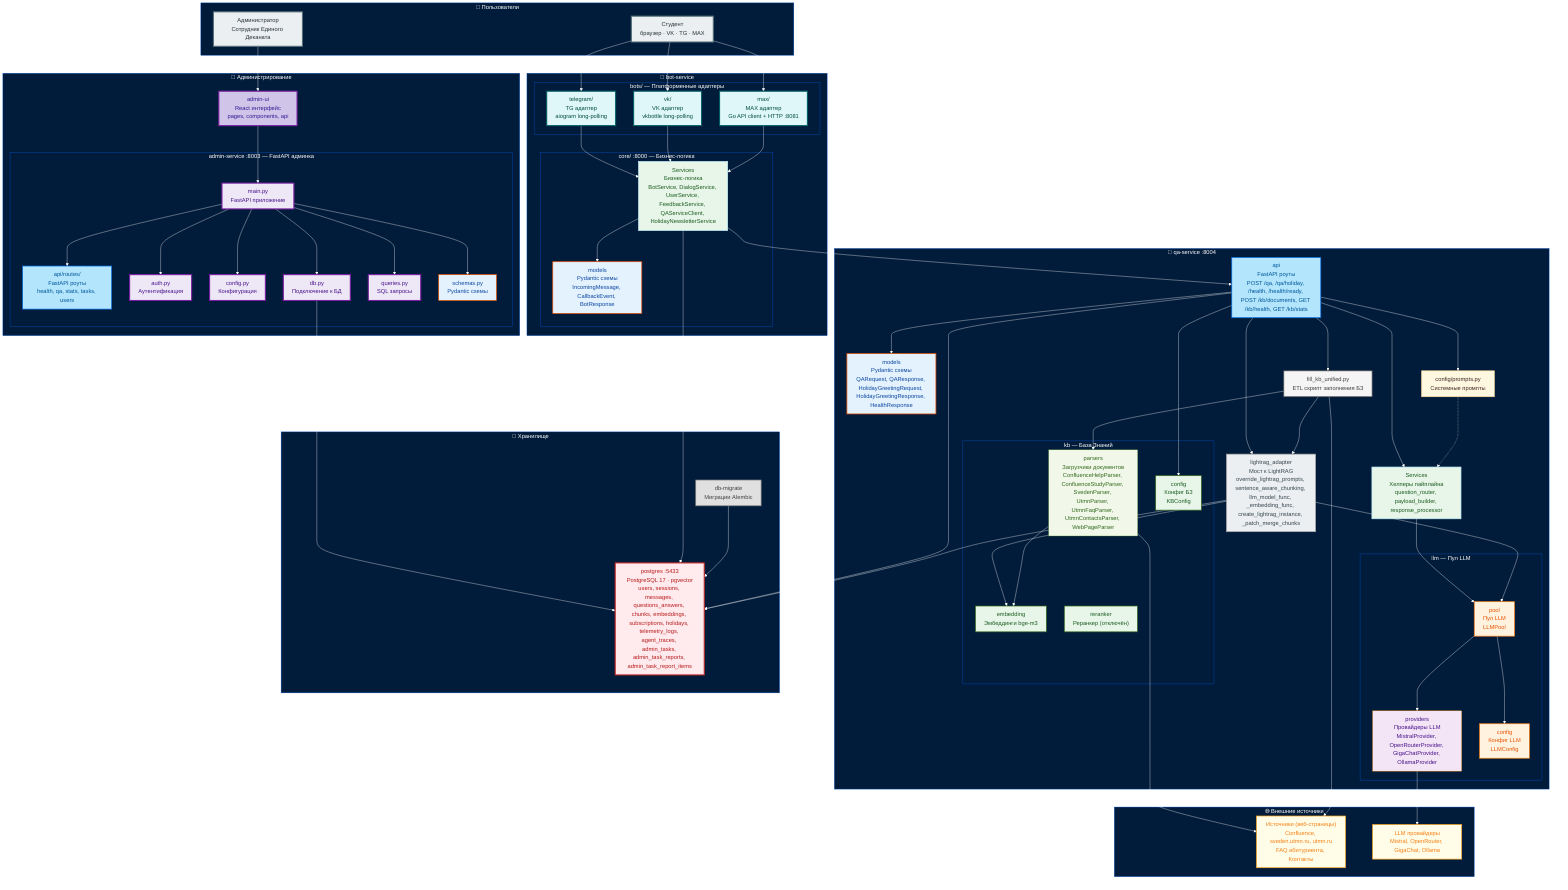
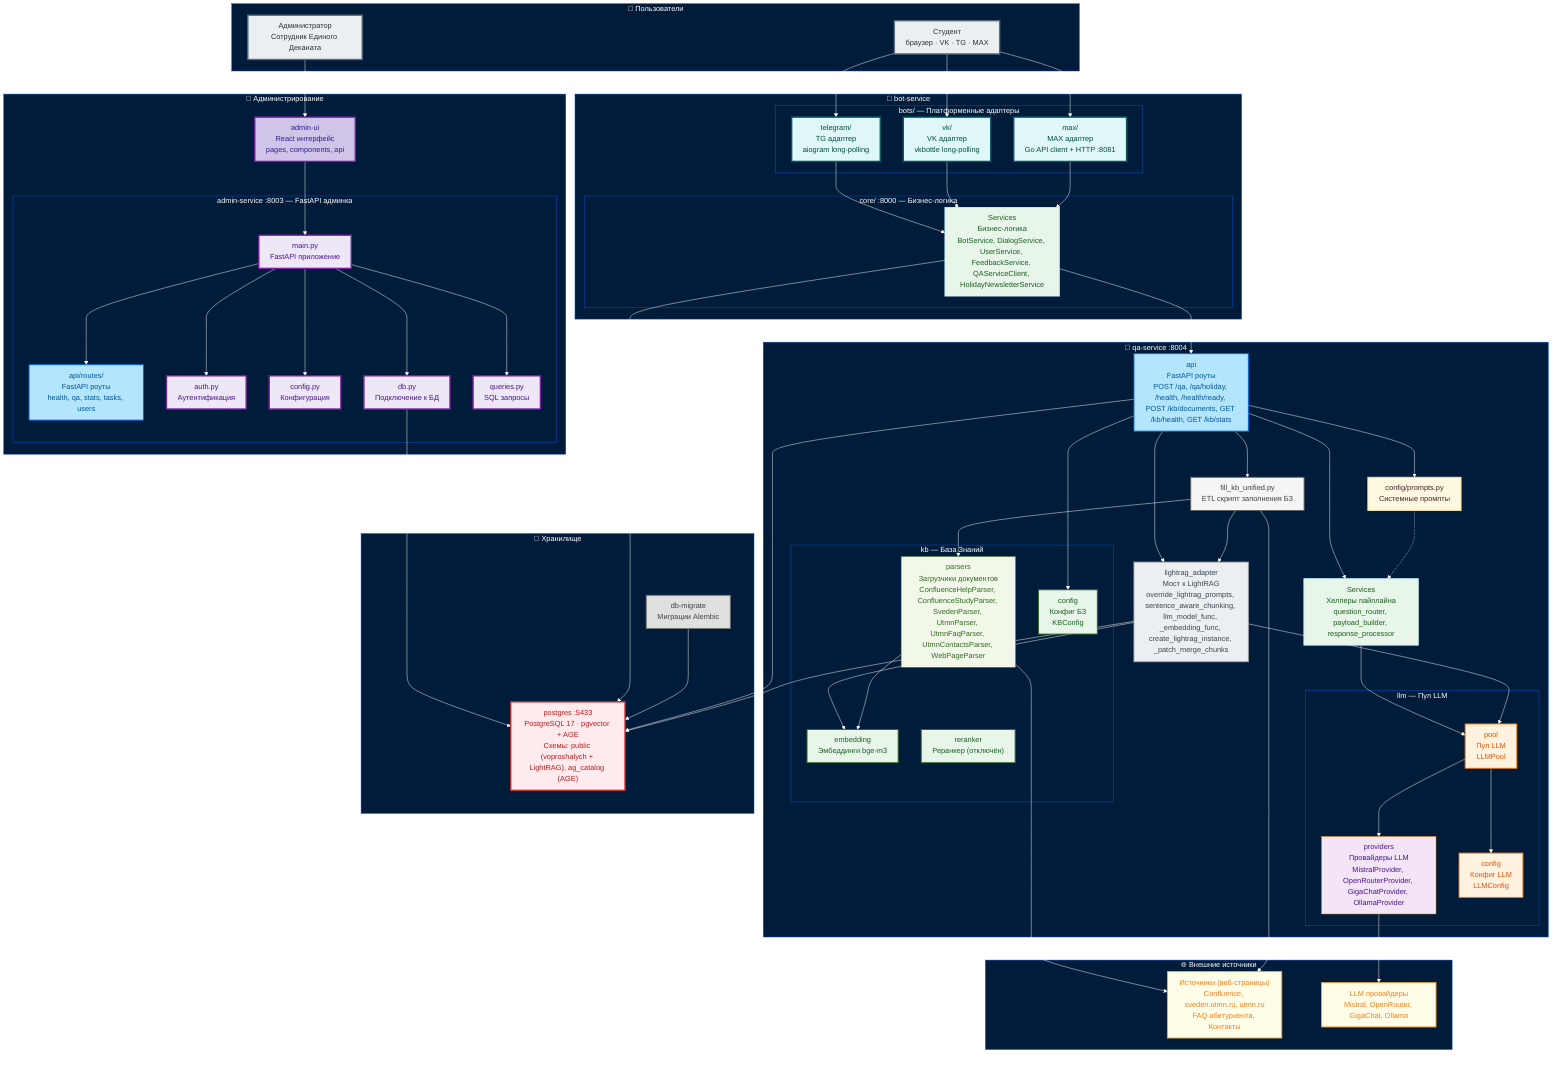
%%{
  init: {
    'theme': 'base',
    'themeVariables': {
      'background': '#011B3A',
      'primaryColor': '#032B50',
      'primaryTextColor': '#FFFFFF',
      'primaryBorderColor': '#046CE0',
      'lineColor': '#FFFFFF',
      'secondaryColor': '#021E39',
      'tertiaryColor': '#021E39',
      'clusterBkg': '#011B3A',
      'clusterBorder': '#0357D2',
      'nodeBorder': '#046CE0',
      'nodeTextColor': '#FFFFFF',
      'edgeLabelBackground': '#032B50',
      'edgeLabelColor': '#FFFFFF',
      'titleColor': '#FFFFFF'
    },
    'flowchart': {
      'htmlLabels': true,
      'curve': 'basis',
      'padding': 12
    }
  }
}%%

flowchart TB
    %% Styles
    classDef admin fill:#EDE7F6,stroke:#7B1FA2,stroke-width:3px,color:#4A148C
    classDef ui fill:#D1C4E9,stroke:#7B1FA2,stroke-width:3px,color:#311B92
    classDef adapt fill:#E0F7FA,stroke:#006064,stroke-width:3px,color:#004D40
    classDef core fill:#B3E5FC,stroke:#0277BD,stroke-width:3px,color:#01579B
    classDef services fill:#E8F5E9,stroke:#C4F1FB,stroke-width:2px,color:#1B5E20
    classDef api fill:#B3E5FC,stroke:#046CE0,stroke-width:2px,color:#01579B
    classDef models fill:#E3F2FD,stroke:#E65100,stroke-width:2px,color:#0D47A1
    classDef parser fill:#F1F8E9,stroke:#558B2F,stroke-width:1px,color:#33691E
    classDef kb fill:#E8F5E9,stroke:#33691E,stroke-width:2px,color:#1B5E20
    classDef llm fill:#FFF3E0,stroke:#F57F17,stroke-width:2px,color:#E65100
    classDef provider fill:#F3E5F5,stroke:#FF8F00,stroke-width:1px,color:#4A148C
    classDef infra fill:#ECEFF1,stroke:#AAAAAA,stroke-width:2px,color:#37474F
    classDef prompt fill:#FFF8E1,stroke:#FFDE9F,stroke-width:2px,color:#3E2723
    classDef script fill:#F5F5F5,stroke:#616161,stroke-width:2px,color:#424242
    classDef external fill:#FFFDE7,stroke:#F9A825,stroke-width:2px,color:#F57F17
    classDef client fill:#ECEFF1,stroke:#546E7A,stroke-width:3px,color:#263238
    classDef storage fill:#FFEBEE,stroke:#C62828,stroke-width:3px,color:#B71C1C
    classDef migrate fill:#E0E0E0,stroke:#757575,stroke-width:2px,color:#424242

    %% ==============================
    %% ПОЛЬЗОВАТЕЛИ
    %% ==============================
    subgraph Users["👤 Пользователи"]
        STUDENT["Студент<br/>браузер · VK · TG · MAX"]:::client
        ADMIN["Администратор<br/>Сотрудник Единого Деканата"]:::client
    end

    %% ==============================
    %% ADMIN
    %% ==============================
    subgraph Admin["🐳 Администрирование"]
        ADM_UI["admin-ui<br/>React интерфейс<br/>pages, components, api"]:::ui

        subgraph AdmSvc["admin-service :8003 — FastAPI админка"]
            ADM_MAIN["main.py<br/>FastAPI приложение"]:::admin
            ADM_ROUTES["api/routes/<br/>FastAPI роуты<br/>health, qa, stats, tasks, users"]:::api
            ADM_AUTH["auth.py<br/>Аутентификация"]:::admin
            ADM_CONFIG["config.py<br/>Конфигурация"]:::admin
            ADM_DB["db.py<br/>Подключение к БД"]:::admin
            ADM_QUERIES["queries.py<br/>SQL запросы"]:::admin
-             ADM_SCHEMAS["schemas.py<br/>Pydantic схемы"]:::models
        end
    end

    %% ==============================
    %% BOT-SERVICE
    %% ==============================
    subgraph BotService["🐳 bot-service"]
        subgraph Adapters["bots/ — Платформенные адаптеры"]
            TG["telegram/<br/>TG адаптер<br/>aiogram long-polling"]:::adapt
            VK["vk/<br/>VK адаптер<br/>vkbottle long-polling"]:::adapt
            MX["max/<br/>MAX адаптер<br/>Go API client + HTTP :8081"]:::adapt
        end

        subgraph BotCore["core/ :8000 — Бизнес-логика"]
-             CORE_MODELS["models<br/>Pydantic схемы<br/>IncomingMessage, CallbackEvent, BotResponse"]:::models
            CORE_SRV["Services<br/>Бизнес-логика<br/>BotService, DialogService, UserService, FeedbackService, QAServiceClient, HolidayNewsletterService"]:::services
        end
    end

    %% ==============================
    %% QA-SERVICE
    %% ==============================
    subgraph QAService["🐳 qa-service :8004"]
        QA_API["api<br/>FastAPI роуты<br/>POST /qa, /qa/holiday, /health, /health/ready, POST /kb/documents, GET /kb/health, GET /kb/stats"]:::api

        QA_SRV["Services<br/>Хелперы пайплайна<br/>question_router, payload_builder, response_processor"]:::services
- 
-         QA_MODELS["models<br/>Pydantic схемы<br/>QARequest, QAResponse, HolidayGreetingRequest, HolidayGreetingResponse, HealthResponse"]:::models

        subgraph QA_KB["kb — База Знаний"]
            KB_PARSERS["parsers<br/>Загрузчики документов<br/>ConfluenceHelpParser, ConfluenceStudyParser, SvedenParser, UtmnParser, UtmnFaqParser, UtmnContactsParser, WebPageParser"]:::parser
            KB_EMB["embedding<br/>Эмбеддинги bge-m3"]:::kb
            KB_RR["reranker<br/>Реранкер (отключён)"]:::kb
            KB_CFG["config<br/>Конфиг БЗ<br/>KBConfig"]:::kb
        end

        subgraph QA_LLM["llm — Пул LLM"]
            LLM_PROV["providers<br/>Провайдеры LLM<br/>MistralProvider, OpenRouterProvider, GigaChatProvider, OllamaProvider"]:::provider
            LLM_CFG["config<br/>Конфиг LLM<br/>LLMConfig"]:::llm
            LLM_POOL["pool<br/>Пул LLM<br/>LLMPool"]:::llm
        end

        LA["lightrag_adapter<br/>Мост к LightRAG<br/>override_lightrag_prompts, sentence_aware_chunking, llm_model_func, _embedding_func, create_lightrag_instance, _patch_merge_chunks"]:::infra

        FILL["fill_kb_unified.py<br/>ETL скрипт заполнения БЗ"]:::script

        PROMPTS["config/prompts.py<br/>Системные промпты"]:::prompt
    end

    %% ==============================
    %% ХРАНИЛИЩЕ
    %% ==============================
    subgraph Storage["💾 Хранилище"]
-         DB["postgres :5433<br/>PostgreSQL 17 · pgvector<br/>users, sessions, messages, questions_answers, chunks, embeddings, subscriptions, holidays, telemetry_logs, agent_traces, admin_tasks, admin_task_reports, admin_task_report_items"]:::storage
+         DB["postgres :5433<br/>PostgreSQL 17 · pgvector + AGE<br/>Схемы: public (voproshalych + LightRAG), ag_catalog (AGE)"]:::storage
        DBM["db-migrate<br/>Миграции Alembic"]:::migrate
    end

    %% ==============================
    %% ВНЕШНИЕ ИСТОЧНИКИ
    %% ==============================
    subgraph External["🌐 Внешние источники"]
        EXTSRC["Источники (веб-страницы)<br/>Confluence, sveden.utmn.ru, utmn.ru<br/>FAQ абитуриента, Контакты"]:::external
        LLM_EXT["LLM провайдеры<br/>Mistral, OpenRouter, GigaChat, Ollama"]:::external
    end

    %% ==============================
    %% СВЯЗИ
    %% ==============================
    ADMIN --> ADM_UI
    ADM_UI --> ADM_MAIN
    ADM_MAIN --> ADM_AUTH
    ADM_MAIN --> ADM_CONFIG
    ADM_MAIN --> ADM_DB
    ADM_MAIN --> ADM_ROUTES
    ADM_MAIN --> ADM_QUERIES
-     ADM_MAIN --> ADM_SCHEMAS
    ADM_DB --> DB

    STUDENT --> TG
    STUDENT --> VK
    STUDENT --> MX

    TG --> CORE_SRV
    VK --> CORE_SRV
    MX --> CORE_SRV
-     CORE_SRV --> CORE_MODELS
    CORE_SRV --> DB

    CORE_SRV --> QA_API

    QA_API --> QA_SRV
-     QA_API --> QA_MODELS
    QA_API --> PROMPTS
    QA_API --> LA
    QA_API --> FILL
    QA_API --> KB_CFG
    QA_API --> DB

    QA_SRV --> LLM_POOL
    PROMPTS -.-> QA_SRV
    LA --> LLM_POOL
    LA --> KB_EMB
    LA --> DB

    FILL --> KB_PARSERS
    FILL --> LA
    KB_PARSERS --> KB_EMB

    LLM_POOL --> LLM_PROV
    LLM_POOL --> LLM_CFG

    KB_PARSERS --> EXTSRC
    LLM_PROV --> LLM_EXT
    FILL --> EXTSRC

    DBM --> DB
